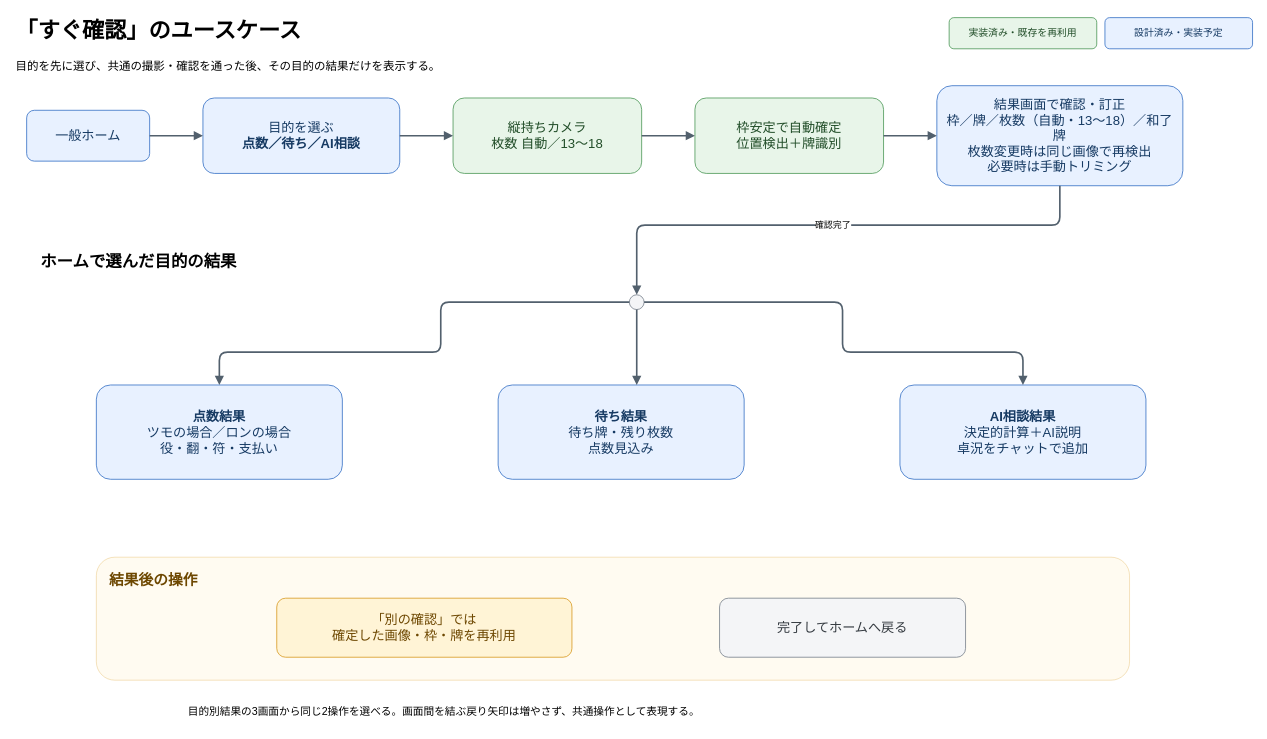
The draw.io diagram page "02_単発確認の共通撮影と目的別結果" (2 of 5) of docs/tsumoai-mobile-navigation.drawio in fezzlk/TsumoAI, before the edit. Source tidied: cells renumbered, new cells numbered last; positions are measured from the earlier drawing's top-left corner, leaving out a move shared by most shapes. Both pictures are drawn from the tidied source at 82%, with x=0, y=0 at pixel (14, 14).
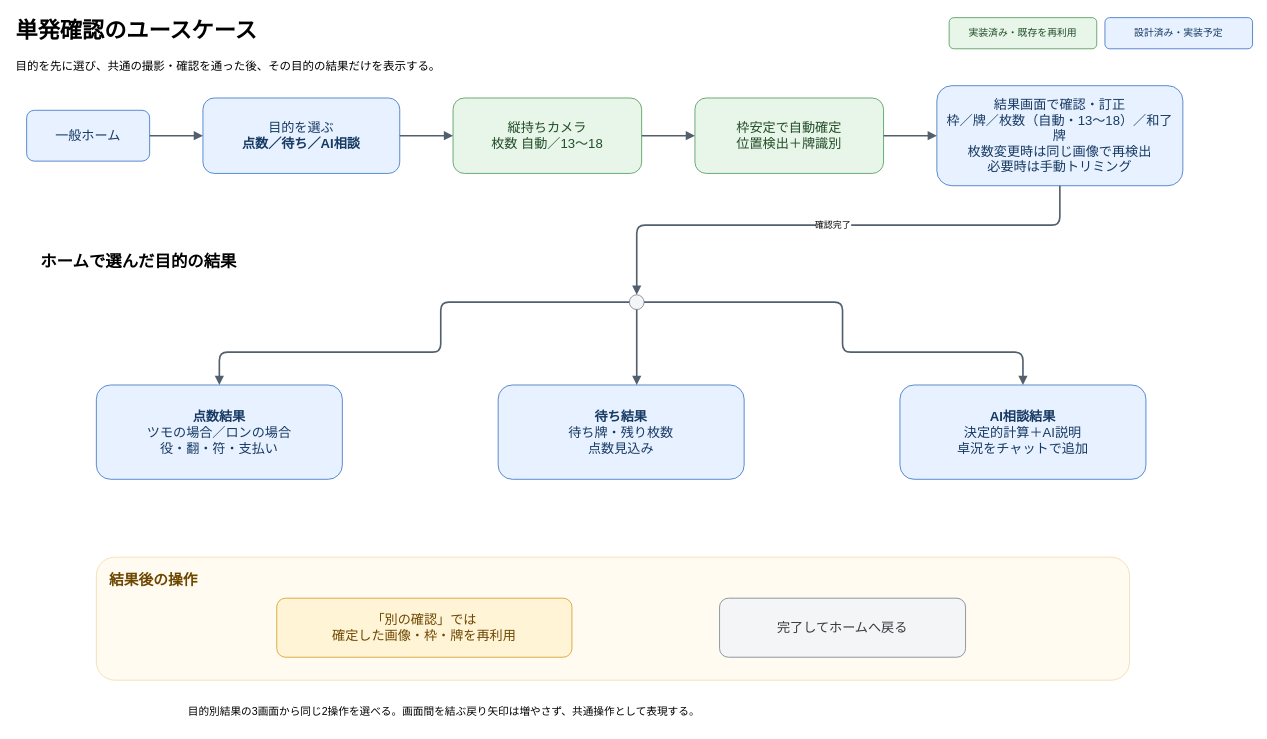
The same page after the edit.

Change to the diagram source:
```diff
@@
-    <mxCell id="2" value="「すぐ確認」のユースケース" style="text;html=1;strokeColor=none;fillColor=none;align=left;verticalAlign=middle;whiteSpace=wrap;fontSize=27;fontFamily=Helvetica;fontStyle=1;" parent="1" vertex="1">
+    <mxCell id="2" value="単発確認のユースケース" style="text;html=1;strokeColor=none;fillColor=none;align=left;verticalAlign=middle;whiteSpace=wrap;fontSize=27;fontFamily=Helvetica;fontStyle=1;" parent="1" vertex="1">
       <mxGeometry width="1060" height="40" as="geometry" />
     </mxCell>
```
